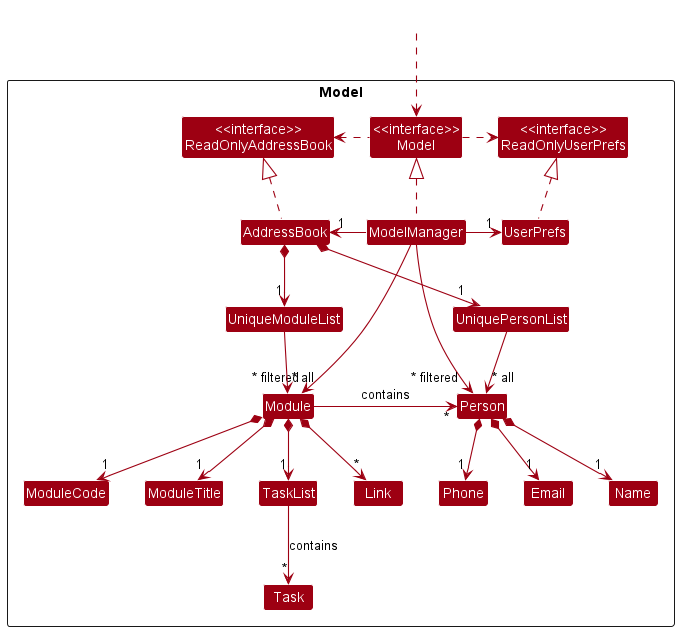
nus-cs2103-AY2223S1/tp keeps this PlantUML diagram as docs/images/ModelClassDiagram.png. Above is the earlier version.
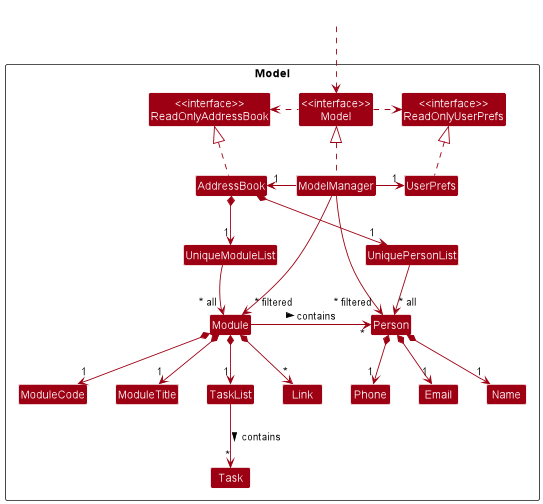
The same file after the commit.

Commit message:
Add direction to relationship

Diff of the diagram source:
```diff
@@ -52,17 +52,19 @@
 Person *--> "1" Email
 Person *--> "1" Name
 Person *--> "1" Phone
-Module -right--> "*" Person : contains
+Module -right--> "*" Person :> contains
 
 Module *--> "1" ModuleCode
 Module *--> "1" ModuleTitle
 Module *--> "1" TaskList
-TaskList --> "*" Task : contains
+TaskList --> "*" Task :> contains
 Module *--> "*" Link
 
 UniquePersonList -[hidden]up-> ModelManager
 UniquePersonList -[hidden]up-> ModelManager
 UniquePersonList -[hidden]up-> UserPrefs
+Module -[hidden]up-> UniqueModuleList
+ModuleCode -[hidden]right-> ModuleTitle
 Email -[hidden]right-> Name
 Name -[hidden]right-> Phone
 
```
